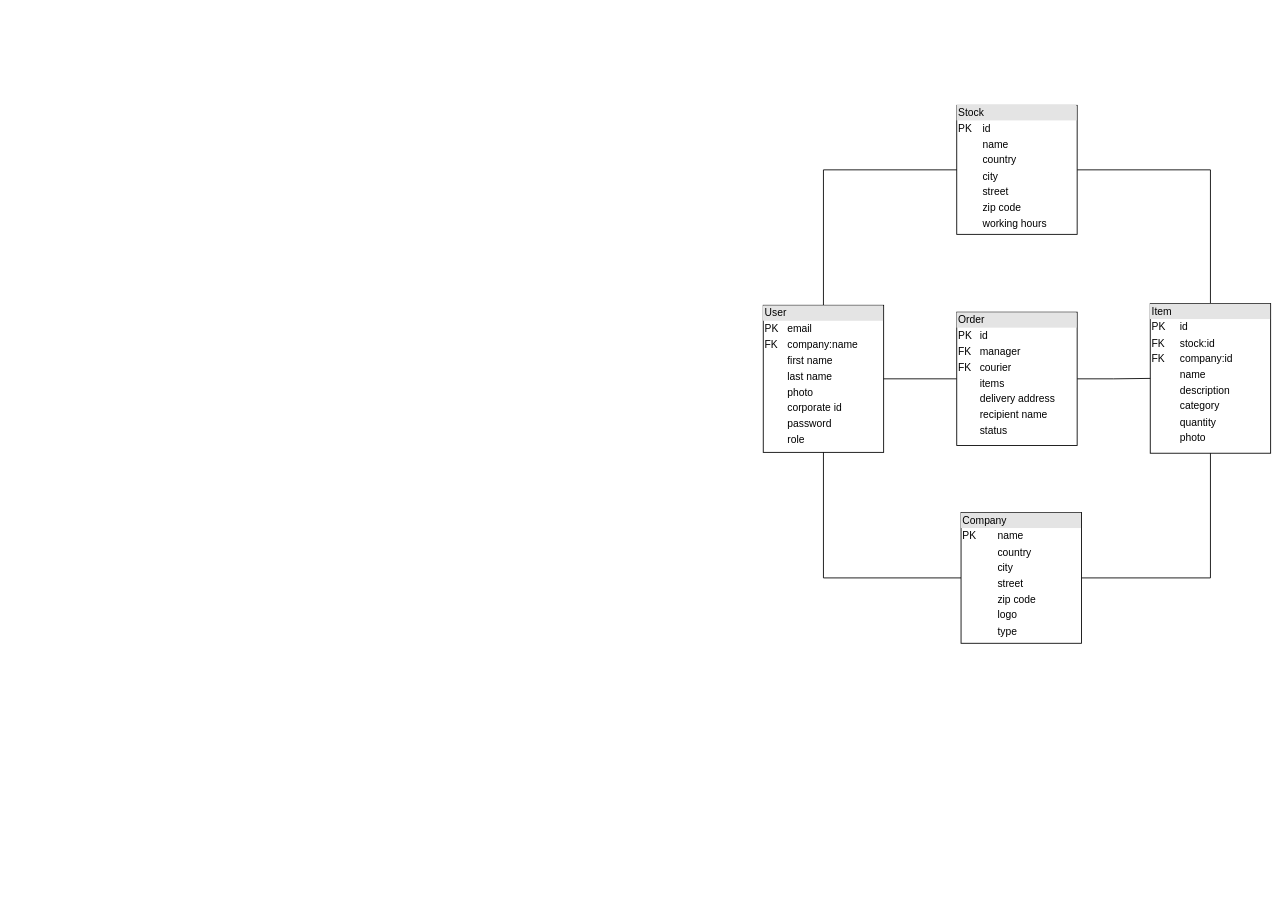
Earlier version of the draw.io diagram page "uml" (1 of 3) of docs/Inventory.drawio (doomkit/inventory). Source tidied: cells renumbered, new cells numbered last; positions are measured from the earlier drawing's top-left corner, leaving out a move shared by most shapes. Both pictures are drawn from the tidied source at 86%, with x=0, y=0 at pixel (763, 105).
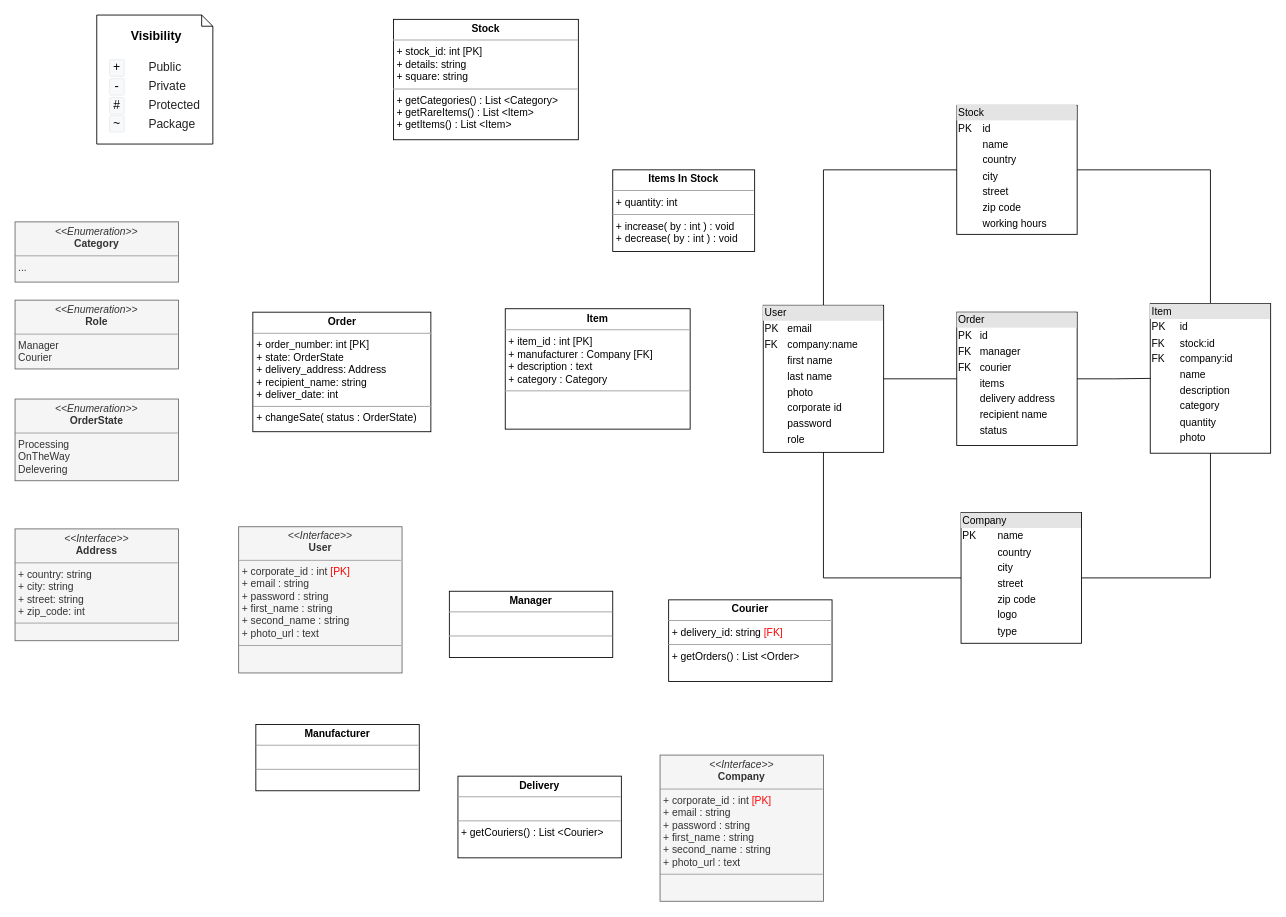
Above is the later version.

Commit message:
add UML tables

Diff of the diagram source:
```diff
@@
+    <mxCell id="13" value="&lt;p style=&quot;margin: 0px ; margin-top: 4px ; text-align: center&quot;&gt;&lt;i&gt;&amp;lt;&amp;lt;Interface&amp;gt;&amp;gt;&lt;/i&gt;&lt;br&gt;&lt;b&gt;User&lt;/b&gt;&lt;/p&gt;&lt;hr size=&quot;1&quot;&gt;&lt;p style=&quot;margin: 0px ; margin-left: 4px&quot;&gt;+ corporate_id : int&amp;nbsp;&lt;font color=&quot;#ff0000&quot;&gt;[PK]&lt;/font&gt;&lt;/p&gt;&lt;p style=&quot;margin: 0px ; margin-left: 4px&quot;&gt;+ email : string&lt;/p&gt;&lt;p style=&quot;margin: 0px ; margin-left: 4px&quot;&gt;+ password : string&lt;/p&gt;&lt;p style=&quot;margin: 0px ; margin-left: 4px&quot;&gt;+ first_name : string&lt;/p&gt;&lt;p style=&quot;margin: 0px ; margin-left: 4px&quot;&gt;+ second_name : string&lt;/p&gt;&lt;p style=&quot;margin: 0px ; margin-left: 4px&quot;&gt;+ photo_url : text&lt;/p&gt;&lt;hr size=&quot;1&quot;&gt;&lt;p style=&quot;margin: 0px ; margin-left: 4px&quot;&gt;&lt;br&gt;&lt;/p&gt;" style="verticalAlign=top;align=left;overflow=fill;fontSize=12;fontFamily=Helvetica;html=1;fillColor=#f5f5f5;strokeColor=#666666;fontColor=#333333;" parent="1" vertex="1">
+      <mxGeometry x="-610" y="490" width="190" height="170" as="geometry" />
+    </mxCell>
+    <mxCell id="14" value="&lt;p style=&quot;margin: 0px ; margin-top: 4px ; text-align: center&quot;&gt;&lt;b&gt;Manager&lt;/b&gt;&lt;/p&gt;&lt;hr size=&quot;1&quot;&gt;&lt;p style=&quot;margin: 0px ; margin-left: 4px&quot;&gt;&lt;br&gt;&lt;/p&gt;&lt;hr size=&quot;1&quot;&gt;&lt;p style=&quot;margin: 0px ; margin-left: 4px&quot;&gt;&lt;br&gt;&lt;/p&gt;" style="verticalAlign=top;align=left;overflow=fill;fontSize=12;fontFamily=Helvetica;html=1;" parent="1" vertex="1">
+      <mxGeometry x="-365" y="565" width="190" height="77" as="geometry" />
+    </mxCell>
+    <mxCell id="15" value="&lt;p style=&quot;margin: 0px ; margin-top: 4px ; text-align: center&quot;&gt;&lt;b&gt;Courier&lt;/b&gt;&lt;/p&gt;&lt;hr size=&quot;1&quot;&gt;&lt;p style=&quot;margin: 0px ; margin-left: 4px&quot;&gt;+ delivery_id: string &lt;font color=&quot;#ff0000&quot;&gt;[FK]&lt;/font&gt;&lt;/p&gt;&lt;hr size=&quot;1&quot;&gt;&lt;p style=&quot;margin: 0px ; margin-left: 4px&quot;&gt;+ getOrders() : List &amp;lt;Order&amp;gt;&lt;/p&gt;" style="verticalAlign=top;align=left;overflow=fill;fontSize=12;fontFamily=Helvetica;html=1;" parent="1" vertex="1">
+      <mxGeometry x="-110" y="575" width="190" height="95" as="geometry" />
+    </mxCell>
+    <mxCell id="16" value="&lt;h3 style=&quot;background-image: none ; margin: 0.3em 0px 0px ; overflow: hidden ; padding-top: 0.5em ; padding-bottom: 0px ; border-bottom: 0px ; font-size: 1.2em ; line-height: 1.6 ; font-family: sans-serif&quot;&gt;&lt;span class=&quot;mw-headline&quot; id=&quot;Visibility&quot; style=&quot;background-color: rgb(255 , 255 , 255)&quot;&gt;&amp;nbsp;Visibility&lt;/span&gt;&lt;/h3&gt;&lt;div&gt;&lt;span class=&quot;mw-headline&quot;&gt;&lt;br&gt;&lt;/span&gt;&lt;/div&gt;&lt;table class=&quot;wikitable&amp;lt;beta&quot; style=&quot;font-size: 14px ; color: rgb(34 , 34 , 34) ; font-family: sans-serif ; background-color: rgb(255 , 255 , 255)&quot;&gt;&lt;tbody&gt;&lt;tr&gt;&lt;td style=&quot;text-align: left ; width: 3em&quot;&gt;&lt;code style=&quot;font-family: monospace , monospace ; color: rgb(0 , 0 , 0) ; background-color: rgb(248 , 249 , 250) ; border: 1px solid rgb(234 , 236 , 240) ; border-radius: 2px ; padding: 1px 4px&quot;&gt;+&lt;/code&gt;&lt;/td&gt;&lt;td style=&quot;text-align: left&quot;&gt;Public&lt;/td&gt;&lt;/tr&gt;&lt;tr&gt;&lt;td style=&quot;text-align: left ; width: 3em&quot;&gt;&lt;code style=&quot;font-family: monospace , monospace ; color: rgb(0 , 0 , 0) ; background-color: rgb(248 , 249 , 250) ; border: 1px solid rgb(234 , 236 , 240) ; border-radius: 2px ; padding: 1px 4px&quot;&gt;-&lt;/code&gt;&lt;/td&gt;&lt;td style=&quot;text-align: left&quot;&gt;Private&lt;/td&gt;&lt;/tr&gt;&lt;tr&gt;&lt;td style=&quot;text-align: left ; width: 3em&quot;&gt;&lt;code style=&quot;font-family: monospace , monospace ; color: rgb(0 , 0 , 0) ; background-color: rgb(248 , 249 , 250) ; border: 1px solid rgb(234 , 236 , 240) ; border-radius: 2px ; padding: 1px 4px&quot;&gt;#&lt;/code&gt;&lt;/td&gt;&lt;td style=&quot;text-align: left&quot;&gt;Protected&lt;/td&gt;&lt;/tr&gt;&lt;tr&gt;&lt;td style=&quot;text-align: left ; width: 3em&quot;&gt;&lt;code style=&quot;font-family: monospace , monospace ; color: rgb(0 , 0 , 0) ; background-color: rgb(248 , 249 , 250) ; border: 1px solid rgb(234 , 236 , 240) ; border-radius: 2px ; padding: 1px 4px&quot;&gt;~&lt;/code&gt;&lt;/td&gt;&lt;td style=&quot;text-align: left&quot;&gt;Package&lt;/td&gt;&lt;/tr&gt;&lt;/tbody&gt;&lt;/table&gt;" style="shape=note;whiteSpace=wrap;html=1;size=13;verticalAlign=top;align=center;spacingTop=-6;" parent="1" vertex="1">
+      <mxGeometry x="-775" y="-105" width="135" height="150" as="geometry" />
+    </mxCell>
+    <mxCell id="17" value="&lt;p style=&quot;margin: 0px ; margin-top: 4px ; text-align: center&quot;&gt;&lt;i&gt;&amp;lt;&amp;lt;Interface&amp;gt;&amp;gt;&lt;/i&gt;&lt;br&gt;&lt;b&gt;Company&lt;/b&gt;&lt;/p&gt;&lt;hr size=&quot;1&quot;&gt;&lt;p style=&quot;margin: 0px ; margin-left: 4px&quot;&gt;+ corporate_id : int&amp;nbsp;&lt;font color=&quot;#ff0000&quot;&gt;[PK]&lt;/font&gt;&lt;/p&gt;&lt;p style=&quot;margin: 0px ; margin-left: 4px&quot;&gt;+ email : string&lt;/p&gt;&lt;p style=&quot;margin: 0px ; margin-left: 4px&quot;&gt;+ password : string&lt;/p&gt;&lt;p style=&quot;margin: 0px ; margin-left: 4px&quot;&gt;+ first_name : string&lt;/p&gt;&lt;p style=&quot;margin: 0px ; margin-left: 4px&quot;&gt;+ second_name : string&lt;/p&gt;&lt;p style=&quot;margin: 0px ; margin-left: 4px&quot;&gt;+ photo_url : text&lt;/p&gt;&lt;hr size=&quot;1&quot;&gt;&lt;p style=&quot;margin: 0px ; margin-left: 4px&quot;&gt;&lt;br&gt;&lt;/p&gt;" style="verticalAlign=top;align=left;overflow=fill;fontSize=12;fontFamily=Helvetica;html=1;fillColor=#f5f5f5;strokeColor=#666666;fontColor=#333333;" parent="1" vertex="1">
+      <mxGeometry x="-120" y="755.5" width="190" height="170" as="geometry" />
+    </mxCell>
+    <mxCell id="18" value="&lt;p style=&quot;margin: 0px ; margin-top: 4px ; text-align: center&quot;&gt;&lt;i&gt;&amp;lt;&amp;lt;Interface&amp;gt;&amp;gt;&lt;/i&gt;&lt;br&gt;&lt;b&gt;Address&lt;/b&gt;&lt;/p&gt;&lt;hr size=&quot;1&quot;&gt;&lt;p style=&quot;margin: 0px ; margin-left: 4px&quot;&gt;&lt;span&gt;+ country: string&lt;/span&gt;&lt;br&gt;&lt;/p&gt;&lt;p style=&quot;margin: 0px ; margin-left: 4px&quot;&gt;+ city: string&lt;/p&gt;&lt;p style=&quot;margin: 0px ; margin-left: 4px&quot;&gt;+ street: string&lt;/p&gt;&lt;p style=&quot;margin: 0px ; margin-left: 4px&quot;&gt;+ zip_code: int&lt;/p&gt;&lt;hr size=&quot;1&quot;&gt;&lt;p style=&quot;margin: 0px ; margin-left: 4px&quot;&gt;&lt;br&gt;&lt;/p&gt;" style="verticalAlign=top;align=left;overflow=fill;fontSize=12;fontFamily=Helvetica;html=1;fillColor=#f5f5f5;strokeColor=#666666;fontColor=#333333;" parent="1" vertex="1">
+      <mxGeometry x="-870" y="492.5" width="190" height="130" as="geometry" />
+    </mxCell>
+    <mxCell id="19" value="&lt;p style=&quot;margin: 0px ; margin-top: 4px ; text-align: center&quot;&gt;&lt;b&gt;Stock&lt;/b&gt;&lt;/p&gt;&lt;hr size=&quot;1&quot;&gt;&lt;p style=&quot;margin: 0px ; margin-left: 4px&quot;&gt;+ stock_id: int [PK]&lt;/p&gt;&lt;p style=&quot;margin: 0px ; margin-left: 4px&quot;&gt;+ details: string&lt;/p&gt;&lt;p style=&quot;margin: 0px ; margin-left: 4px&quot;&gt;+ square: string&lt;/p&gt;&lt;hr size=&quot;1&quot;&gt;&lt;p style=&quot;margin: 0px ; margin-left: 4px&quot;&gt;+ getCategories() : List &amp;lt;Category&amp;gt;&lt;/p&gt;&lt;p style=&quot;margin: 0px ; margin-left: 4px&quot;&gt;+ getRareItems() : List &amp;lt;Item&amp;gt;&lt;/p&gt;&lt;p style=&quot;margin: 0px ; margin-left: 4px&quot;&gt;+ getItems() : List &amp;lt;Item&amp;gt;&lt;/p&gt;" style="verticalAlign=top;align=left;overflow=fill;fontSize=12;fontFamily=Helvetica;html=1;" parent="1" vertex="1">
+      <mxGeometry x="-430" y="-100" width="215" height="140" as="geometry" />
+    </mxCell>
+    <mxCell id="20" value="&lt;p style=&quot;margin: 0px ; margin-top: 4px ; text-align: center&quot;&gt;&lt;b&gt;Item&lt;/b&gt;&lt;/p&gt;&lt;hr size=&quot;1&quot;&gt;&lt;p style=&quot;margin: 0px ; margin-left: 4px&quot;&gt;+ item_id : int [PK]&lt;/p&gt;&lt;p style=&quot;margin: 0px ; margin-left: 4px&quot;&gt;+ manufacturer : Company [FK]&lt;/p&gt;&lt;p style=&quot;margin: 0px ; margin-left: 4px&quot;&gt;+ description : text&lt;/p&gt;&lt;p style=&quot;margin: 0px ; margin-left: 4px&quot;&gt;+ category : Category&lt;/p&gt;&lt;hr size=&quot;1&quot;&gt;&lt;p style=&quot;margin: 0px ; margin-left: 4px&quot;&gt;&lt;br&gt;&lt;/p&gt;" style="verticalAlign=top;align=left;overflow=fill;fontSize=12;fontFamily=Helvetica;html=1;" parent="1" vertex="1">
+      <mxGeometry x="-300" y="236.5" width="215" height="140" as="geometry" />
+    </mxCell>
+    <mxCell id="21" value="&lt;p style=&quot;margin: 0px ; margin-top: 4px ; text-align: center&quot;&gt;&lt;i&gt;&amp;lt;&amp;lt;Enumeration&amp;gt;&amp;gt;&lt;/i&gt;&lt;br&gt;&lt;b&gt;Category&lt;/b&gt;&lt;/p&gt;&lt;hr size=&quot;1&quot;&gt;&lt;p style=&quot;margin: 0px ; margin-left: 4px&quot;&gt;...&lt;/p&gt;" style="verticalAlign=top;align=left;overflow=fill;fontSize=12;fontFamily=Helvetica;html=1;fillColor=#f5f5f5;strokeColor=#666666;fontColor=#333333;" parent="1" vertex="1">
+      <mxGeometry x="-870" y="135.5" width="190" height="70" as="geometry" />
+    </mxCell>
+    <mxCell id="22" value="&lt;p style=&quot;margin: 0px ; margin-top: 4px ; text-align: center&quot;&gt;&lt;i&gt;&amp;lt;&amp;lt;Enumeration&amp;gt;&amp;gt;&lt;/i&gt;&lt;br&gt;&lt;b&gt;Role&lt;/b&gt;&lt;/p&gt;&lt;hr size=&quot;1&quot;&gt;&lt;p style=&quot;margin: 0px ; margin-left: 4px&quot;&gt;Manager&lt;/p&gt;&lt;p style=&quot;margin: 0px ; margin-left: 4px&quot;&gt;Courier&lt;/p&gt;" style="verticalAlign=top;align=left;overflow=fill;fontSize=12;fontFamily=Helvetica;html=1;fillColor=#f5f5f5;strokeColor=#666666;fontColor=#333333;" parent="1" vertex="1">
+      <mxGeometry x="-870" y="226.5" width="190" height="80" as="geometry" />
+    </mxCell>
+    <mxCell id="23" value="&lt;p style=&quot;margin: 0px ; margin-top: 4px ; text-align: center&quot;&gt;&lt;i&gt;&amp;lt;&amp;lt;Enumeration&amp;gt;&amp;gt;&lt;/i&gt;&lt;br&gt;&lt;b&gt;OrderState&lt;/b&gt;&lt;/p&gt;&lt;hr size=&quot;1&quot;&gt;&lt;p style=&quot;margin: 0px ; margin-left: 4px&quot;&gt;Processing&lt;/p&gt;&lt;p style=&quot;margin: 0px ; margin-left: 4px&quot;&gt;OnTheWay&lt;/p&gt;&lt;p style=&quot;margin: 0px ; margin-left: 4px&quot;&gt;Delevering&lt;/p&gt;" style="verticalAlign=top;align=left;overflow=fill;fontSize=12;fontFamily=Helvetica;html=1;fillColor=#f5f5f5;strokeColor=#666666;fontColor=#333333;" parent="1" vertex="1">
+      <mxGeometry x="-870" y="341.5" width="190" height="95" as="geometry" />
+    </mxCell>
+    <mxCell id="24" value="&lt;p style=&quot;margin: 0px ; margin-top: 4px ; text-align: center&quot;&gt;&lt;b&gt;Items In Stock&lt;/b&gt;&lt;/p&gt;&lt;hr size=&quot;1&quot;&gt;&lt;p style=&quot;margin: 0px ; margin-left: 4px&quot;&gt;+ quantity: int&lt;/p&gt;&lt;hr size=&quot;1&quot;&gt;&lt;p style=&quot;margin: 0px ; margin-left: 4px&quot;&gt;+ increase( by : int ) : void&lt;/p&gt;&lt;p style=&quot;margin: 0px ; margin-left: 4px&quot;&gt;+ decrease( by : int ) : void&lt;/p&gt;" style="verticalAlign=top;align=left;overflow=fill;fontSize=12;fontFamily=Helvetica;html=1;" parent="1" vertex="1">
+      <mxGeometry x="-175" y="75" width="165" height="95" as="geometry" />
+    </mxCell>
+    <mxCell id="25" value="&lt;p style=&quot;margin: 0px ; margin-top: 4px ; text-align: center&quot;&gt;&lt;b&gt;Order&lt;/b&gt;&lt;/p&gt;&lt;hr size=&quot;1&quot;&gt;&lt;p style=&quot;margin: 0px ; margin-left: 4px&quot;&gt;+ order_number: int [PK]&lt;br&gt;&lt;/p&gt;&lt;p style=&quot;margin: 0px ; margin-left: 4px&quot;&gt;+ state: OrderState&lt;/p&gt;&lt;p style=&quot;margin: 0px ; margin-left: 4px&quot;&gt;+ delivery_address: Address&lt;/p&gt;&lt;p style=&quot;margin: 0px ; margin-left: 4px&quot;&gt;+ recipient_name: string&lt;/p&gt;&lt;p style=&quot;margin: 0px ; margin-left: 4px&quot;&gt;+ deliver_date: int&lt;/p&gt;&lt;hr size=&quot;1&quot;&gt;&lt;p style=&quot;margin: 0px ; margin-left: 4px&quot;&gt;+ changeSate( status : OrderState)&lt;/p&gt;" style="verticalAlign=top;align=left;overflow=fill;fontSize=12;fontFamily=Helvetica;html=1;" parent="1" vertex="1">
+      <mxGeometry x="-593.5" y="240.5" width="207" height="139" as="geometry" />
+    </mxCell>
+    <mxCell id="26" value="&lt;p style=&quot;margin: 0px ; margin-top: 4px ; text-align: center&quot;&gt;&lt;b&gt;Manufacturer&lt;/b&gt;&lt;/p&gt;&lt;hr size=&quot;1&quot;&gt;&lt;p style=&quot;margin: 0px ; margin-left: 4px&quot;&gt;&lt;br&gt;&lt;/p&gt;&lt;hr size=&quot;1&quot;&gt;&lt;p style=&quot;margin: 0px ; margin-left: 4px&quot;&gt;&lt;br&gt;&lt;/p&gt;" style="verticalAlign=top;align=left;overflow=fill;fontSize=12;fontFamily=Helvetica;html=1;" parent="1" vertex="1">
+      <mxGeometry x="-590" y="720" width="190" height="77" as="geometry" />
+    </mxCell>
+    <mxCell id="27" value="&lt;p style=&quot;margin: 0px ; margin-top: 4px ; text-align: center&quot;&gt;&lt;b&gt;Delivery&lt;/b&gt;&lt;/p&gt;&lt;hr size=&quot;1&quot;&gt;&lt;p style=&quot;margin: 0px ; margin-left: 4px&quot;&gt;&lt;br&gt;&lt;/p&gt;&lt;hr size=&quot;1&quot;&gt;&lt;p style=&quot;margin: 0px ; margin-left: 4px&quot;&gt;+ getCouriers() : List &amp;lt;Courier&amp;gt;&lt;/p&gt;" style="verticalAlign=top;align=left;overflow=fill;fontSize=12;fontFamily=Helvetica;html=1;" parent="1" vertex="1">
+      <mxGeometry x="-355" y="780" width="190" height="95" as="geometry" />
+    </mxCell>
```
